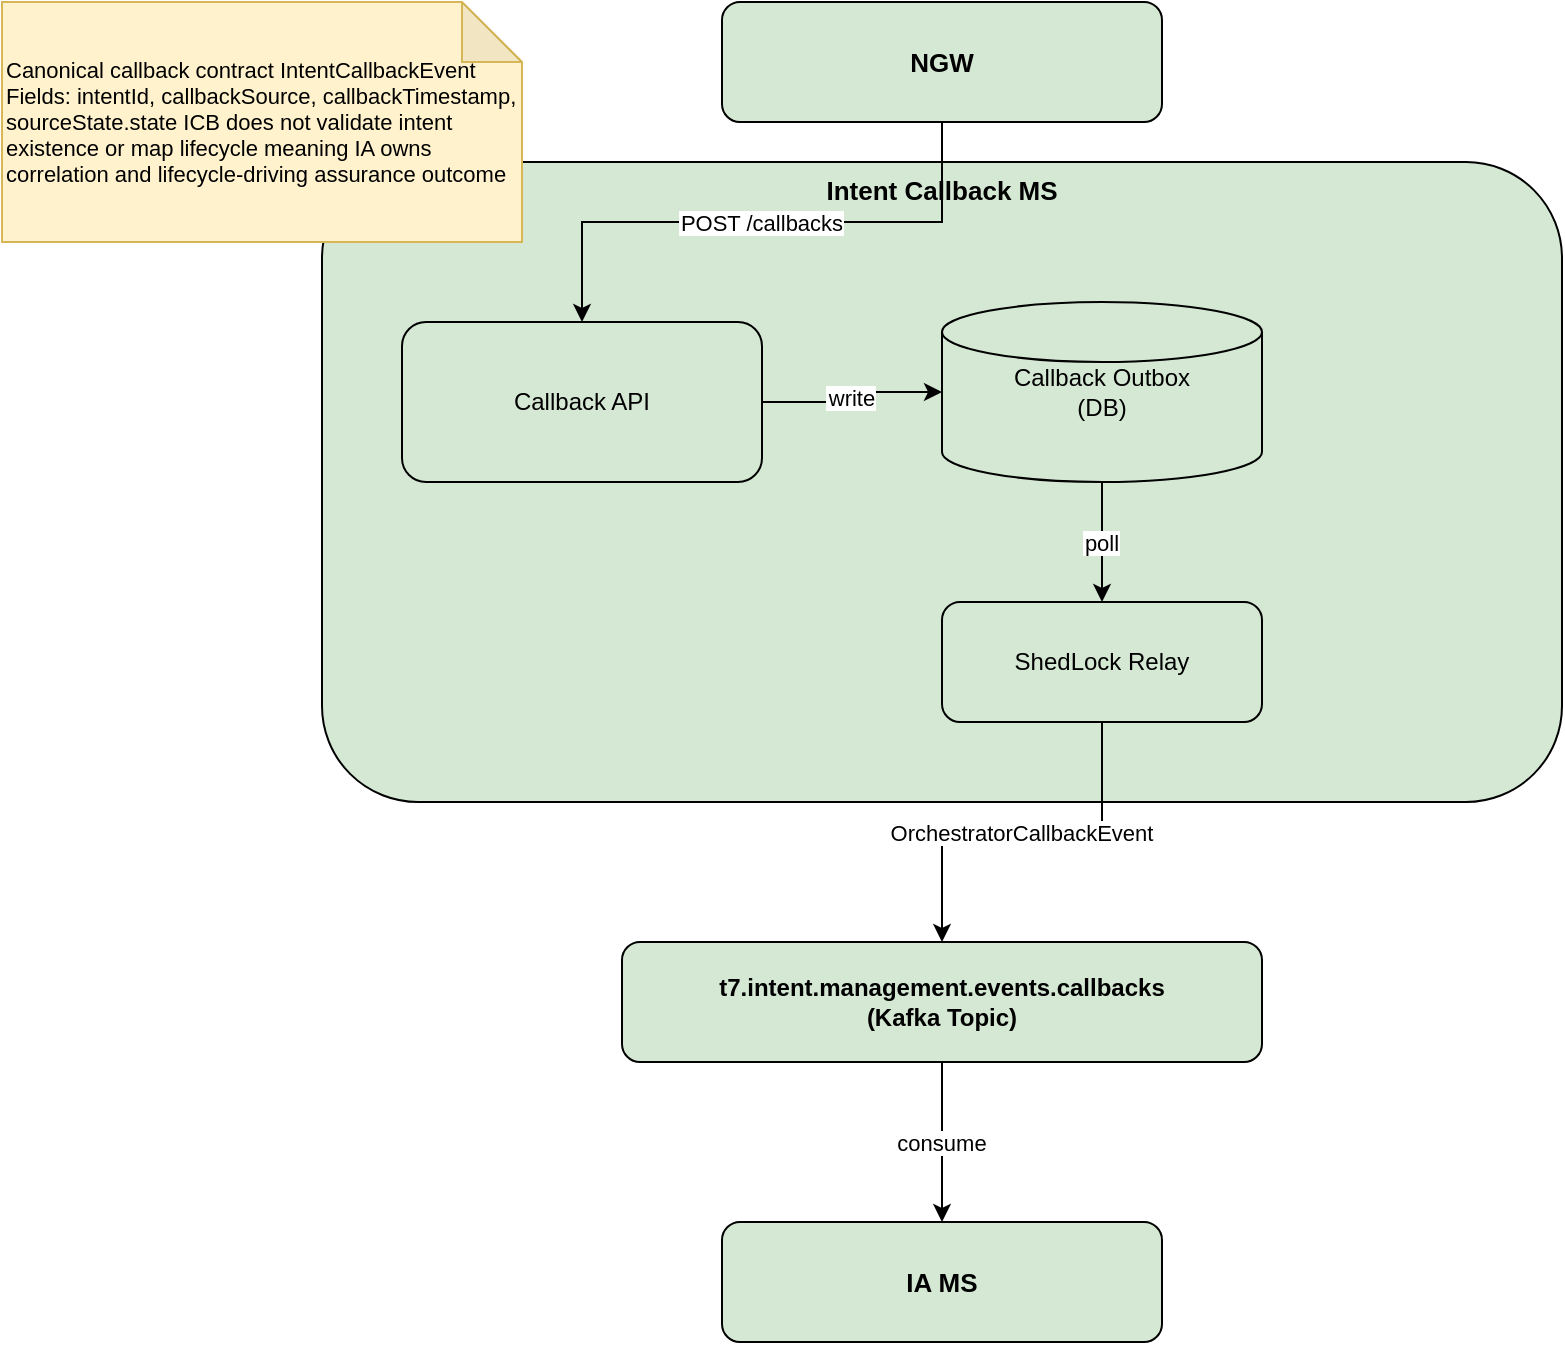
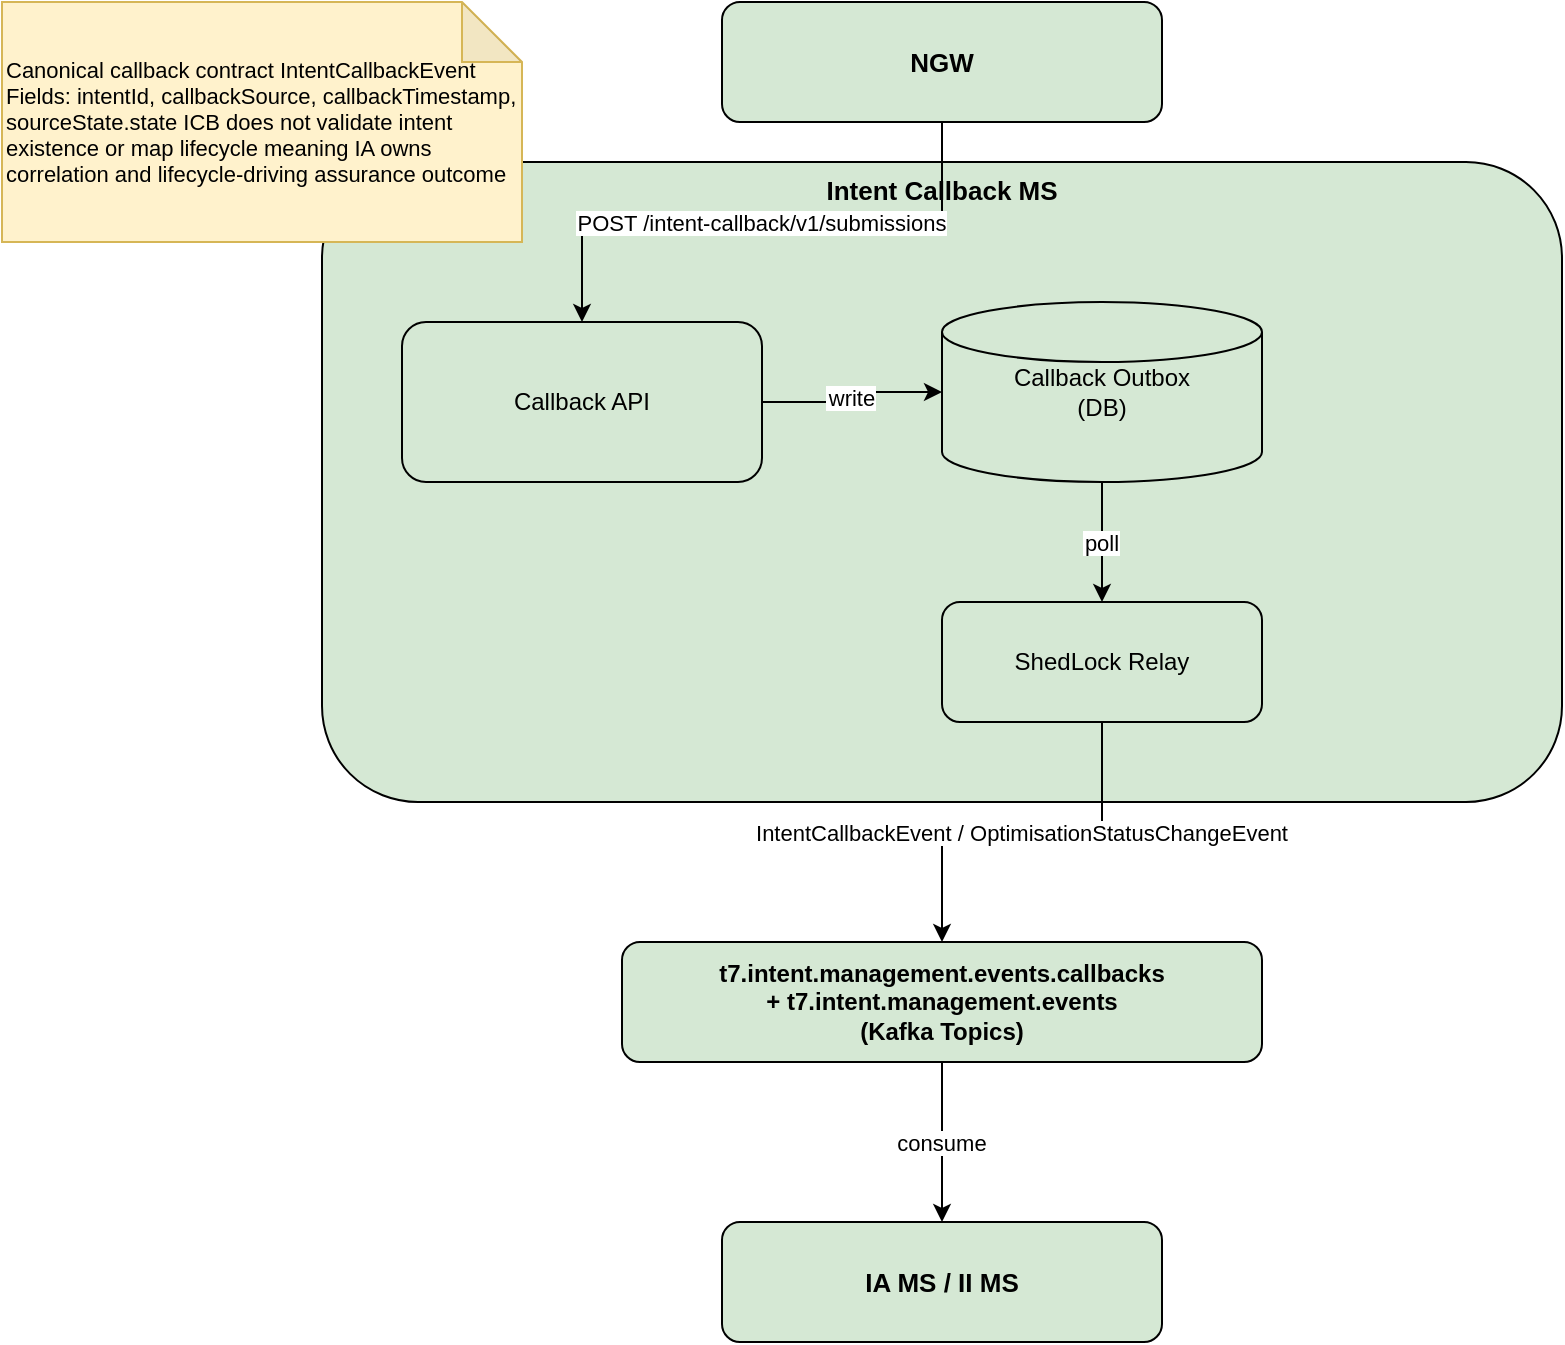
<mxfile host="65bd71144e">
    <diagram name="ICB MS Logical View" id="0">
        <mxGraphModel dx="584" dy="638" grid="1" gridSize="10" guides="1" tooltips="1" connect="1" arrows="1" fold="1" page="1" pageScale="1" pageWidth="1169" pageHeight="827" math="0" shadow="0" adaptiveColors="none">
            <root>
                <mxCell id="0"/>
                <mxCell id="1" parent="0"/>
                <mxCell id="2" value="NGW" style="rounded=1;whiteSpace=wrap;html=1;fillColor=#d5e8d4;strokeColor=default;fontStyle=1;fontSize=13;" parent="1" vertex="1">
                    <mxGeometry x="400" y="40" width="220" height="60" as="geometry"/>
                </mxCell>
                <mxCell id="3" value="Intent Callback MS" style="rounded=1;whiteSpace=wrap;html=1;fillColor=#d5e8d4;strokeColor=default;fontStyle=1;fontSize=13;verticalAlign=top;" parent="1" vertex="1">
                    <mxGeometry x="200" y="120" width="620" height="320" as="geometry"/>
                </mxCell>
                <mxCell id="4" value="Callback API" style="rounded=1;whiteSpace=wrap;html=1;fillColor=#d5e8d4;strokeColor=default;fontSize=12;" parent="1" vertex="1">
                    <mxGeometry x="240" y="200" width="180" height="80" as="geometry"/>
                </mxCell>
                <mxCell id="5" value="Callback Outbox&#xa;(DB)" style="shape=cylinder3;whiteSpace=wrap;html=1;fillColor=#d5e8d4;strokeColor=default;fontSize=12;" parent="1" vertex="1">
                    <mxGeometry x="510" y="190" width="160" height="90" as="geometry"/>
                </mxCell>
                <mxCell id="6" value="ShedLock Relay" style="rounded=1;whiteSpace=wrap;html=1;fillColor=#d5e8d4;strokeColor=default;fontSize=12;" parent="1" vertex="1">
                    <mxGeometry x="510" y="340" width="160" height="60" as="geometry"/>
                </mxCell>
-                 <mxCell id="7" value="t7.intent.management.events.callbacks&#xa;(Kafka Topic)" style="rounded=1;whiteSpace=wrap;html=1;fillColor=#d5e8d4;strokeColor=default;fontStyle=1;fontSize=12;" parent="1" vertex="1">
+                 <mxCell id="7" value="t7.intent.management.events.callbacks&#xa;+ t7.intent.management.events&#xa;(Kafka Topics)" style="rounded=1;whiteSpace=wrap;html=1;fillColor=#d5e8d4;strokeColor=default;fontStyle=1;fontSize=12;" parent="1" vertex="1">
                    <mxGeometry x="350" y="510" width="320" height="60" as="geometry"/>
                </mxCell>
-                 <mxCell id="8" value="IA MS" style="rounded=1;whiteSpace=wrap;html=1;fillColor=#d5e8d4;strokeColor=default;fontStyle=1;fontSize=13;" parent="1" vertex="1">
+                 <mxCell id="8" value="IA MS / II MS" style="rounded=1;whiteSpace=wrap;html=1;fillColor=#d5e8d4;strokeColor=default;fontStyle=1;fontSize=13;" parent="1" vertex="1">
                    <mxGeometry x="400" y="650" width="220" height="60" as="geometry"/>
                </mxCell>
-                 <mxCell id="9" value="POST /callbacks" style="edgeStyle=orthogonalEdgeStyle;rounded=0;orthogonalLoop=1;jettySize=auto;exitX=0.5;exitY=1;entryX=0.5;entryY=0;fontSize=11;fillColor=#d5e8d4;strokeColor=default;" parent="1" source="2" target="4" edge="1">
+                 <mxCell id="9" value="POST /intent-callback/v1/submissions" style="edgeStyle=orthogonalEdgeStyle;rounded=0;orthogonalLoop=1;jettySize=auto;exitX=0.5;exitY=1;entryX=0.5;entryY=0;fontSize=11;fillColor=#d5e8d4;strokeColor=default;" parent="1" source="2" target="4" edge="1">
                    <mxGeometry relative="1" as="geometry"/>
                </mxCell>
                <mxCell id="10" value="write" style="edgeStyle=orthogonalEdgeStyle;rounded=0;fontSize=11;fillColor=#d5e8d4;strokeColor=default;" parent="1" source="4" target="5" edge="1">
                    <mxGeometry relative="1" as="geometry"/>
                </mxCell>
                <mxCell id="11" value="poll" style="edgeStyle=orthogonalEdgeStyle;rounded=0;fontSize=11;fillColor=#d5e8d4;strokeColor=default;" parent="1" source="5" target="6" edge="1">
                    <mxGeometry relative="1" as="geometry"/>
                </mxCell>
-                 <mxCell id="12" value="OrchestratorCallbackEvent" style="edgeStyle=orthogonalEdgeStyle;rounded=0;fontSize=11;fillColor=#d5e8d4;strokeColor=default;" parent="1" source="6" target="7" edge="1">
+                 <mxCell id="12" value="IntentCallbackEvent / OptimisationStatusChangeEvent" style="edgeStyle=orthogonalEdgeStyle;rounded=0;fontSize=11;fillColor=#d5e8d4;strokeColor=default;" parent="1" source="6" target="7" edge="1">
                    <mxGeometry relative="1" as="geometry"/>
                </mxCell>
                <mxCell id="13" value="consume" style="edgeStyle=orthogonalEdgeStyle;rounded=0;fontSize=11;fillColor=#d5e8d4;strokeColor=default;" parent="1" source="7" target="8" edge="1">
                    <mxGeometry relative="1" as="geometry"/>
                </mxCell>

        <mxCell id="icb_contract_note" value="Canonical callback contract
IntentCallbackEvent
Fields: intentId, callbackSource, callbackTimestamp, sourceState.state
ICB does not validate intent existence or map lifecycle meaning
IA owns correlation and lifecycle-driving assurance outcome" style="shape=note;whiteSpace=wrap;html=1;backgroundOutline=1;darkOpacity=0.05;fillColor=#fff2cc;strokeColor=#d6b656;fontSize=11;align=left;" vertex="1" parent="1">
          <mxGeometry x="40" y="40" width="260" height="120" as="geometry" />
        </mxCell>

</root>
        </mxGraphModel>
    </diagram>
</mxfile>